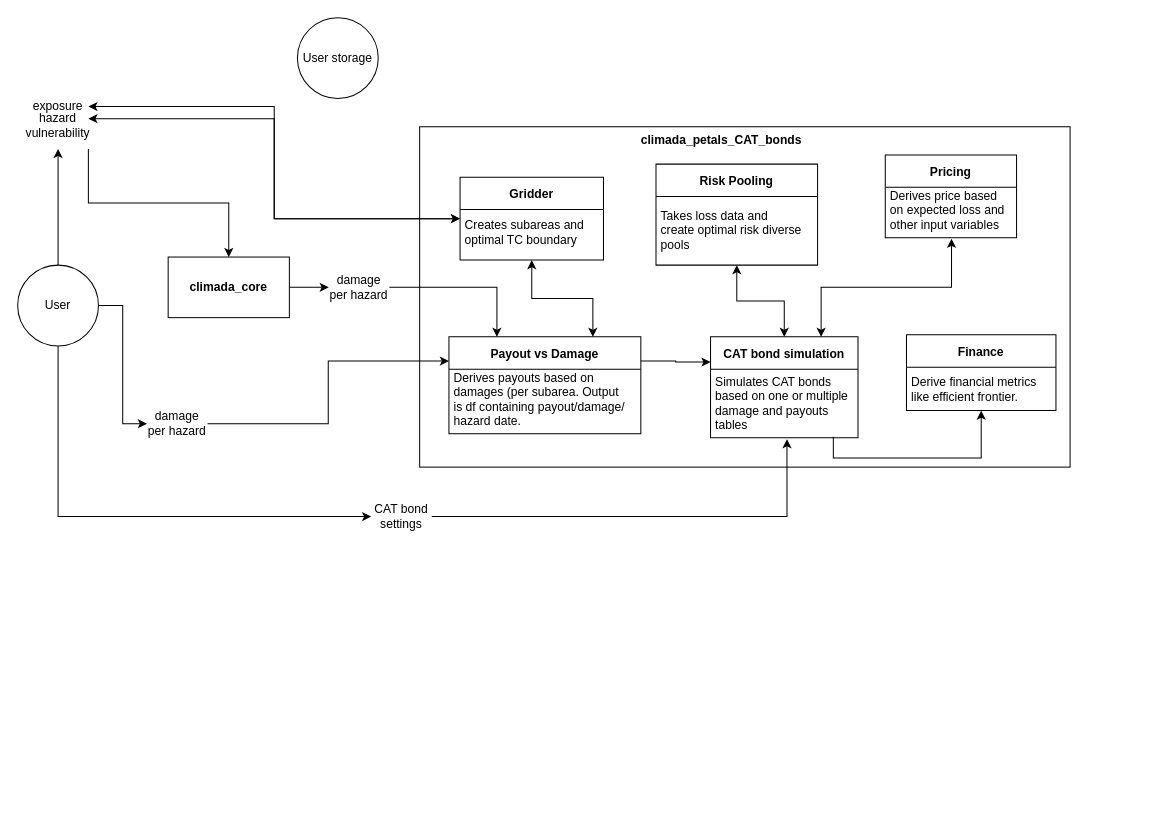
Before: data_flow_climada_petals.drawio in KaiOBerg/master_thesis_cat_bonds, a draw.io diagram. Source tidied: cells renumbered, new cells numbered last; positions are measured from the earlier drawing's top-left corner, leaving out a move shared by most shapes. Both pictures are drawn from the tidied source at 101%, with x=0, y=0 at pixel (17, 17).
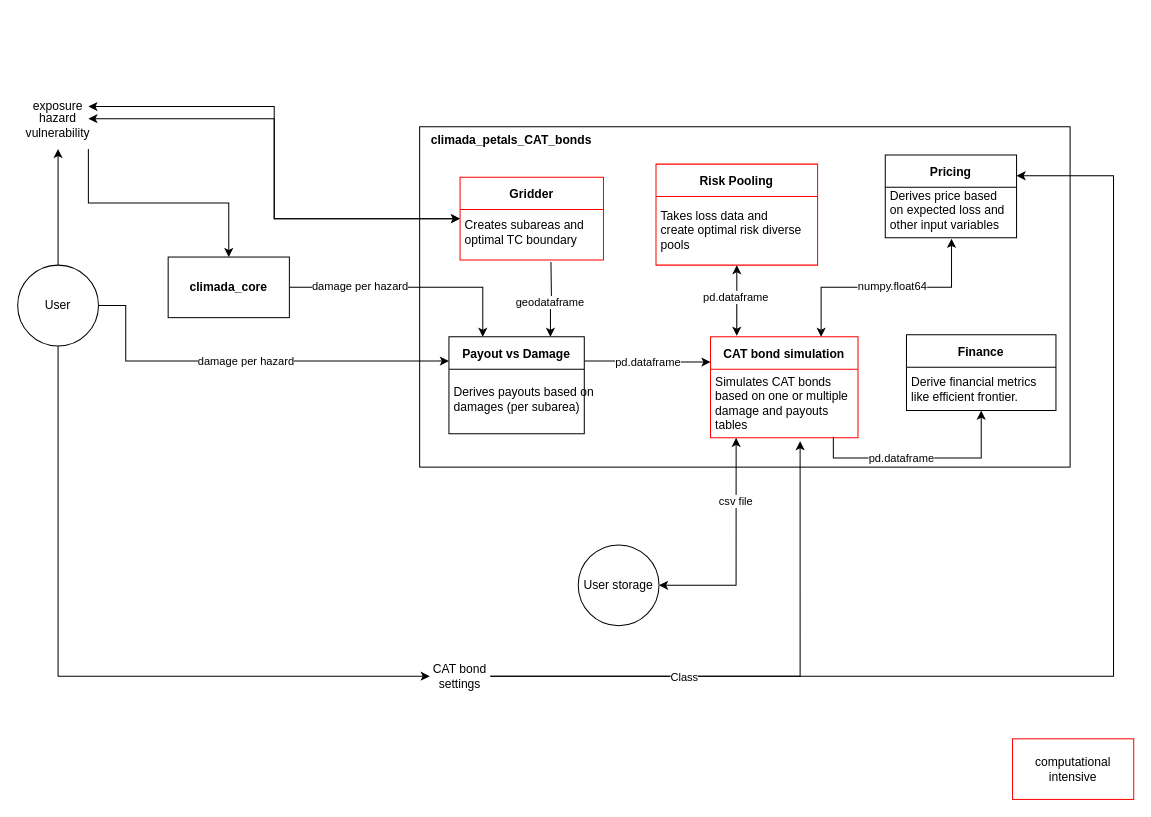
Above is the later version.

The change refers to these unchanged cells:
```xml
<mxCell id="6" value="User" style="ellipse;whiteSpace=wrap;html=1;" parent="1" vertex="1">
  <mxGeometry y="245" width="80" height="80" as="geometry" />
</mxCell>
<mxCell id="14" style="edgeStyle=orthogonalEdgeStyle;rounded=0;jettySize=auto;html=1;exitX=0.775;exitY=0.985;exitDx=0;exitDy=0;entryX=0.5;entryY=1;entryDx=0;entryDy=0;exitPerimeter=0;" parent="1" edge="1" source="16" target="40">
  <mxGeometry relative="1" as="geometry" />
</mxCell>
<mxCell id="16" value="Simulates CAT bonds&amp;nbsp;&lt;div&gt;based on one or multiple&amp;nbsp;&lt;/div&gt;&lt;div&gt;damage and payouts&amp;nbsp;&lt;/div&gt;&lt;div&gt;tables&lt;/div&gt;" style="text;html=1;align=left;verticalAlign=middle;points=[];strokeColor=none;fillColor=none;" parent="15" vertex="1">
  <mxGeometry x="3" y="32" width="153" height="68" as="geometry" />
</mxCell>
<mxCell id="18" value="&lt;b&gt;climada_core&lt;/b&gt;" style="rounded=0;whiteSpace=wrap;html=1;" parent="1" vertex="1">
  <mxGeometry x="149" y="237" width="120" height="60" as="geometry" />
</mxCell>
<mxCell id="21" value="Pricing" style="swimlane;startSize=32;align=center;" parent="1" vertex="1">
  <mxGeometry x="859" y="136" width="130" height="82" as="geometry" />
</mxCell>
<mxCell id="23" style="edgeStyle=orthogonalEdgeStyle;rounded=0;jettySize=auto;html=1;exitX=1;exitY=0.25;exitDx=0;exitDy=0;entryX=0;entryY=0.25;entryDx=0;entryDy=0;" parent="1" edge="1" source="24" target="15">
  <mxGeometry relative="1" as="geometry" />
</mxCell>
```

The edit, as a diff of the source:
```diff
@@
-    <mxCell id="3" style="edgeStyle=orthogonalEdgeStyle;rounded=0;jettySize=auto;html=1;exitX=1;exitY=0.5;exitDx=0;exitDy=0;entryX=0;entryY=0.5;entryDx=0;entryDy=0;" parent="1" edge="1" source="6" target="34">
-      <mxGeometry relative="1" as="geometry" />
-    </mxCell>
@@
+    <mxCell id="42" style="edgeStyle=orthogonalEdgeStyle;rounded=0;jettySize=auto;html=1;exitX=1;exitY=0.5;exitDx=0;exitDy=0;entryX=0;entryY=0.25;entryDx=0;entryDy=0;" parent="1" edge="1" source="6" target="24">
+      <mxGeometry relative="1" as="geometry">
+        <Array as="points">
+          <mxPoint x="107" y="285" />
+          <mxPoint x="107" y="340" />
+        </Array>
+      </mxGeometry>
+    </mxCell>
+    <mxCell id="43" value="damage per hazard" style="edgeLabel;html=1;align=center;verticalAlign=middle;" parent="42" vertex="1">
+      <mxGeometry x="-0.01" y="-1" relative="1" as="geometry">
+        <mxPoint x="1" y="-2" as="offset" />
+      </mxGeometry>
+    </mxCell>
@@
-    <mxCell id="13" style="edgeStyle=orthogonalEdgeStyle;rounded=0;jettySize=auto;html=1;exitX=0.5;exitY=0;exitDx=0;exitDy=0;entryX=0.5;entryY=1;entryDx=0;entryDy=0;startArrow=classic;startFill=1;" parent="1" edge="1" source="15" target="31">
+    <mxCell id="13" style="edgeStyle=orthogonalEdgeStyle;rounded=0;jettySize=auto;html=1;exitX=0.178;exitY=-0.01;exitDx=0;exitDy=0;entryX=0.5;entryY=1;entryDx=0;entryDy=0;startArrow=classic;startFill=1;exitPerimeter=0;" parent="1" edge="1" source="15" target="31">
       <mxGeometry relative="1" as="geometry" />
     </mxCell>
+    <mxCell id="44" value="pd.dataframe" style="edgeLabel;html=1;align=center;verticalAlign=middle;" parent="13" vertex="1">
+      <mxGeometry x="0.09" y="1" relative="1" as="geometry" />
+    </mxCell>
@@
+    <mxCell id="45" value="pd.dataframe" style="edgeLabel;html=1;align=center;verticalAlign=middle;" parent="14" vertex="1">
+      <mxGeometry x="-0.18" y="1" relative="1" as="geometry" />
+    </mxCell>
+    <mxCell id="46" style="edgeStyle=orthogonalEdgeStyle;rounded=0;jettySize=auto;html=1;exitX=0.146;exitY=1;exitDx=0;exitDy=0;entryX=1;entryY=0.5;entryDx=0;entryDy=0;exitPerimeter=0;startArrow=classic;startFill=1;" parent="1" edge="1" source="16" target="19">
+      <mxGeometry relative="1" as="geometry" />
+    </mxCell>
+    <mxCell id="47" value="csv file" style="edgeLabel;html=1;align=center;verticalAlign=middle;" parent="46" vertex="1">
+      <mxGeometry x="-0.43" y="-1" relative="1" as="geometry" />
+    </mxCell>
-    <mxCell id="15" value="CAT bond simulation" style="swimlane;startSize=32;align=center;" parent="1" vertex="1">
+    <mxCell id="15" value="CAT bond simulation" style="swimlane;startSize=32;align=center;strokeColor=#FF0000;" parent="1" vertex="1">
       <mxGeometry x="686" y="316" width="146" height="100" as="geometry" />
     </mxCell>
@@
-    <mxCell id="17" style="edgeStyle=orthogonalEdgeStyle;rounded=0;jettySize=auto;html=1;exitX=1;exitY=0.5;exitDx=0;exitDy=0;entryX=0;entryY=0.5;entryDx=0;entryDy=0;" parent="1" edge="1" source="18" target="37">
+    <mxCell id="17" style="edgeStyle=orthogonalEdgeStyle;rounded=0;jettySize=auto;html=1;exitX=1;exitY=0.5;exitDx=0;exitDy=0;entryX=0.25;entryY=0;entryDx=0;entryDy=0;" parent="1" edge="1" source="18" target="24">
       <mxGeometry relative="1" as="geometry" />
     </mxCell>
+    <mxCell id="48" value="damage per hazard" style="edgeLabel;html=1;align=center;verticalAlign=middle;" parent="17" vertex="1">
+      <mxGeometry x="-0.37" y="-1" relative="1" as="geometry">
+        <mxPoint x="-7" y="-3" as="offset" />
+      </mxGeometry>
+    </mxCell>
@@
     <mxCell id="19" value="User storage" style="ellipse;whiteSpace=wrap;html=1;" parent="1" vertex="1">
-      <mxGeometry x="277" width="80" height="80" as="geometry" />
+      <mxGeometry x="555" y="522" width="80" height="80" as="geometry" />
     </mxCell>
@@
+    <mxCell id="49" value="pd.dataframe" style="edgeLabel;html=1;align=center;verticalAlign=middle;rotation=0;" parent="23" vertex="1">
+      <mxGeometry x="0.08" y="-1" relative="1" as="geometry">
+        <mxPoint x="-5" y="-2" as="offset" />
+      </mxGeometry>
+    </mxCell>
     <mxCell id="24" value="Payout vs Damage" style="swimlane;startSize=32;align=center;" parent="1" vertex="1">
-      <mxGeometry x="427" y="316" width="190" height="96" as="geometry" />
+      <mxGeometry x="427" y="316" width="134" height="96" as="geometry" />
     </mxCell>
-    <mxCell id="25" value="Derives payouts based on&amp;nbsp;&lt;div&gt;damages (per subarea. Output&amp;nbsp;&lt;/div&gt;&lt;div&gt;is df containing payout/damage/&lt;/div&gt;&lt;div&gt;hazard date.&lt;/div&gt;" style="text;html=1;align=left;verticalAlign=middle;strokeColor=none;fillColor=none;" parent="24" vertex="1">
-      <mxGeometry x="3" y="28" width="187" height="68" as="geometry" />
+    <mxCell id="25" value="Derives payouts based on&amp;nbsp;&lt;div&gt;damages (per subarea)&lt;/div&gt;" style="text;html=1;align=left;verticalAlign=middle;strokeColor=none;fillColor=none;" parent="24" vertex="1">
+      <mxGeometry x="3" y="42" width="160" height="40" as="geometry" />
     </mxCell>
-    <mxCell id="26" style="edgeStyle=orthogonalEdgeStyle;rounded=0;jettySize=auto;html=1;exitX=0.5;exitY=1;exitDx=0;exitDy=0;entryX=1;entryY=0.5;entryDx=0;entryDy=0;strokeColor=none;" parent="1" edge="1" source="37" target="18">
-      <mxGeometry relative="1" as="geometry" />
-    </mxCell>
-    <mxCell id="27" value="Gridder" style="swimlane;startSize=32;align=center;" parent="1" vertex="1">
+    <mxCell id="27" value="Gridder" style="swimlane;startSize=32;align=center;strokeColor=#FF0000;" parent="1" vertex="1">
       <mxGeometry x="438" y="158" width="142" height="82" as="geometry" />
     </mxCell>
@@
-    <mxCell id="29" style="edgeStyle=orthogonalEdgeStyle;rounded=0;jettySize=auto;html=1;exitX=0.5;exitY=1;exitDx=0;exitDy=0;startArrow=classic;startFill=1;entryX=0.75;entryY=0;entryDx=0;entryDy=0;" parent="1" edge="1" source="27" target="24">
-      <mxGeometry relative="1" as="geometry" />
-    </mxCell>
     <mxCell id="30" value="&lt;b&gt;climada_petals_CAT_bonds&lt;/b&gt;" style="text;html=1;align=center;verticalAlign=middle;whiteSpace=wrap;rounded=0;" parent="1" vertex="1">
-      <mxGeometry x="606" y="108" width="182" height="28" as="geometry" />
+      <mxGeometry x="398" y="108" width="182" height="28" as="geometry" />
     </mxCell>
-    <mxCell id="31" value="Risk Pooling" style="swimlane;startSize=32;align=center;" parent="1" vertex="1">
+    <mxCell id="31" value="Risk Pooling" style="swimlane;startSize=32;align=center;strokeColor=#FF0000;" parent="1" vertex="1">
       <mxGeometry x="632" y="145" width="160" height="100" as="geometry" />
     </mxCell>
@@
-    <mxCell id="33" style="edgeStyle=orthogonalEdgeStyle;rounded=0;jettySize=auto;html=1;exitX=1;exitY=0.5;exitDx=0;exitDy=0;entryX=0;entryY=0.25;entryDx=0;entryDy=0;" parent="1" edge="1" source="34" target="24">
-      <mxGeometry relative="1" as="geometry" />
-    </mxCell>
-    <mxCell id="34" value="damage per hazard" style="text;html=1;align=center;verticalAlign=middle;whiteSpace=wrap;rounded=0;" parent="1" vertex="1">
-      <mxGeometry x="128" y="387" width="60" height="30" as="geometry" />
-    </mxCell>
-    <mxCell id="35" style="edgeStyle=orthogonalEdgeStyle;rounded=0;jettySize=auto;html=1;exitX=1;exitY=0.5;exitDx=0;exitDy=0;entryX=0.25;entryY=0;entryDx=0;entryDy=0;" parent="1" edge="1" source="37" target="24">
-      <mxGeometry relative="1" as="geometry" />
-    </mxCell>
-    <mxCell id="36" style="edgeStyle=orthogonalEdgeStyle;rounded=0;jettySize=auto;html=1;exitX=0.5;exitY=1;exitDx=0;exitDy=0;entryX=1;entryY=0.5;entryDx=0;entryDy=0;strokeColor=none;" parent="1" edge="1" source="27" target="37">
-      <mxGeometry relative="1" as="geometry" />
+    <mxCell id="36" style="edgeStyle=orthogonalEdgeStyle;rounded=0;jettySize=auto;html=1;exitX=0.5;exitY=1;exitDx=0;exitDy=0;entryX=1;entryY=0.5;entryDx=0;entryDy=0;strokeColor=none;" parent="1" edge="1" source="27">
+      <mxGeometry relative="1" as="geometry">
+        <mxPoint x="368" y="267" as="targetPoint" />
+      </mxGeometry>
     </mxCell>
-    <mxCell id="37" value="damage per hazard" style="text;html=1;align=center;verticalAlign=middle;whiteSpace=wrap;rounded=0;" parent="1" vertex="1">
-      <mxGeometry x="308" y="252" width="60" height="30" as="geometry" />
-    </mxCell>
+    <mxCell id="50" style="edgeStyle=orthogonalEdgeStyle;rounded=0;jettySize=auto;html=1;exitX=1;exitY=0.5;exitDx=0;exitDy=0;entryX=1;entryY=0.25;entryDx=0;entryDy=0;" parent="1" edge="1" source="38" target="21">
+      <mxGeometry relative="1" as="geometry">
+        <Array as="points">
+          <mxPoint x="1085" y="652" />
+          <mxPoint x="1085" y="157" />
+        </Array>
+      </mxGeometry>
+    </mxCell>
     <mxCell id="38" value="CAT bond settings" style="text;html=1;align=center;verticalAlign=middle;whiteSpace=wrap;rounded=0;" parent="1" vertex="1">
-      <mxGeometry x="350" y="479" width="60" height="30" as="geometry" />
+      <mxGeometry x="408" y="637" width="60" height="30" as="geometry" />
     </mxCell>
-    <mxCell id="39" style="edgeStyle=orthogonalEdgeStyle;rounded=0;jettySize=auto;html=1;exitX=1;exitY=0.5;exitDx=0;exitDy=0;entryX=0.475;entryY=1.02;entryDx=0;entryDy=0;entryPerimeter=0;" parent="1" edge="1" source="38" target="16">
+    <mxCell id="39" style="edgeStyle=orthogonalEdgeStyle;rounded=0;jettySize=auto;html=1;exitX=1;exitY=0.5;exitDx=0;exitDy=0;entryX=0.56;entryY=1.049;entryDx=0;entryDy=0;entryPerimeter=0;" parent="1" edge="1" source="38" target="16">
       <mxGeometry relative="1" as="geometry" />
     </mxCell>
+    <mxCell id="51" value="Class" style="edgeLabel;html=1;align=center;verticalAlign=middle;" parent="39" vertex="1">
+      <mxGeometry x="-0.29" y="-1" relative="1" as="geometry">
+        <mxPoint y="-1" as="offset" />
+      </mxGeometry>
+    </mxCell>
@@
+    <mxCell id="52" value="numpy.float64" style="edgeLabel;html=1;align=center;verticalAlign=middle;rotation=0;" parent="1" vertex="1">
+      <mxGeometry x="865" y="265" as="geometry" />
+    </mxCell>
+    <mxCell id="53" style="edgeStyle=orthogonalEdgeStyle;rounded=0;jettySize=auto;html=1;entryX=0.75;entryY=0;entryDx=0;entryDy=0;" parent="1" edge="1" target="24">
+      <mxGeometry relative="1" as="geometry">
+        <mxPoint x="528" y="242" as="sourcePoint" />
+      </mxGeometry>
+    </mxCell>
+    <mxCell id="54" value="geodataframe" style="edgeLabel;html=1;align=center;verticalAlign=middle;rotation=0;" parent="53" vertex="1">
+      <mxGeometry x="0.08" y="-1" relative="1" as="geometry" />
+    </mxCell>
+    <mxCell id="55" value="computational intensive" style="rounded=0;whiteSpace=wrap;html=1;fillColor=none;strokeColor=#FF0000;" parent="1" vertex="1">
+      <mxGeometry x="985" y="714" width="120" height="60" as="geometry" />
+    </mxCell>
```
